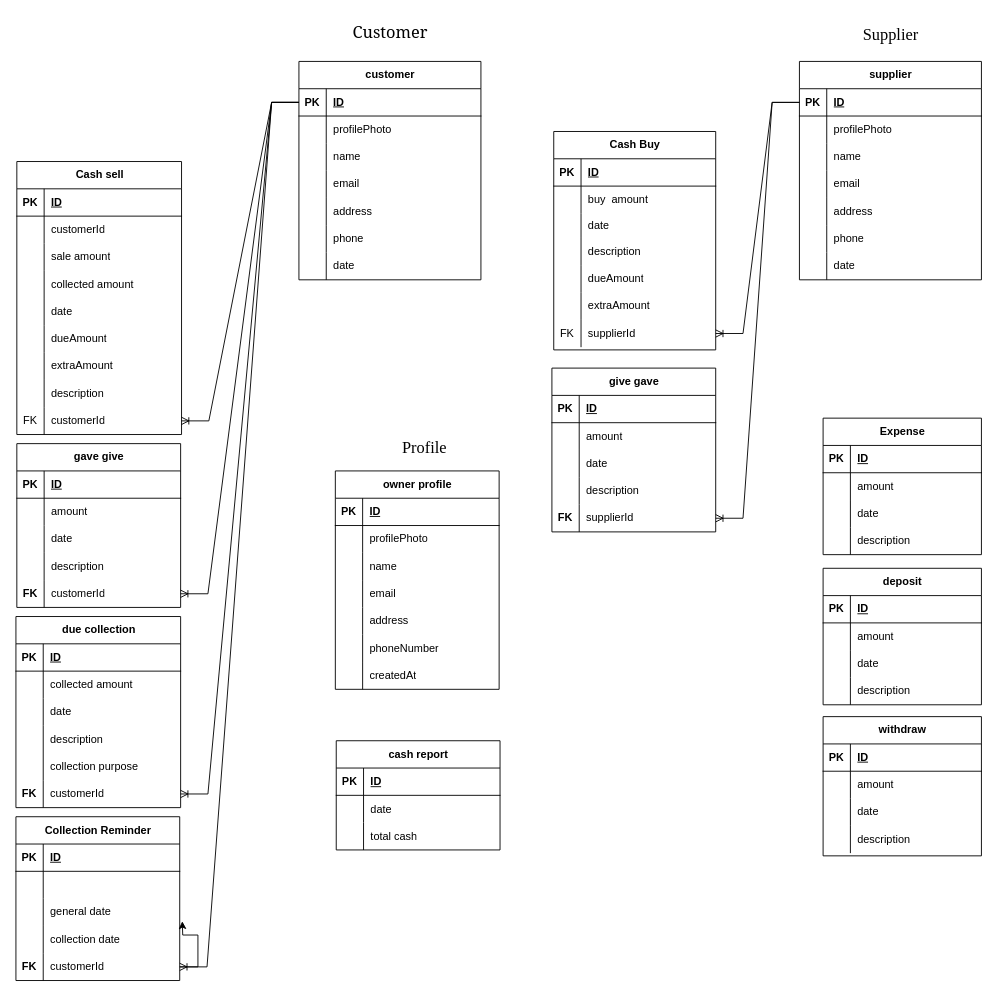
devsrakib/esBook keeps this draw.io diagram as databases/diagram.drawio. Above is the earlier version. Source tidied: cells renumbered, new cells numbered last; positions are measured from the earlier drawing's top-left corner, leaving out a move shared by most shapes. Both pictures are drawn from the tidied source at 91%, with x=0, y=0 at pixel (15, 15).
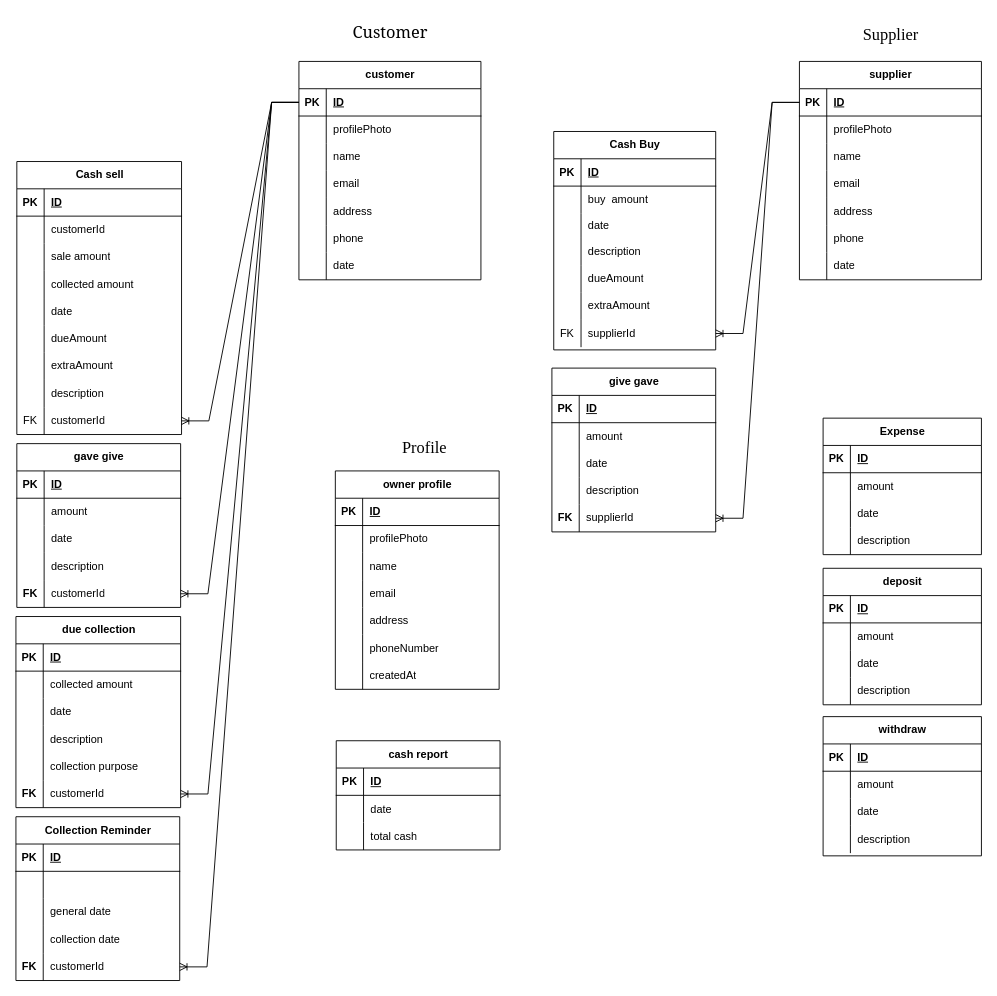
The same page after the edit.

Unchanged cells that the change refers to:
```xml
<mxCell id="178" style="shape=tableRow;horizontal=0;startSize=0;swimlaneHead=0;swimlaneBody=0;fillColor=none;points=[[0,0.5],[1,0.5]];portConstraint=eastwest;top=0;left=0;right=0;bottom=0;" parent="165" vertex="1">
  <mxGeometry y="150" width="180" height="30" as="geometry" />
</mxCell>
```

The edit, as a diff of the source:
```diff
@@
-    <mxCell id="243" style="edgeStyle=orthogonalEdgeStyle;rounded=0;jettySize=auto;html=1;exitX=1;exitY=0.5;exitDx=0;exitDy=0;" parent="1" edge="1" source="178">
-      <mxGeometry relative="1" as="geometry">
-        <mxPoint x="182.8" y="994.9" as="targetPoint" />
-      </mxGeometry>
-    </mxCell>
```
